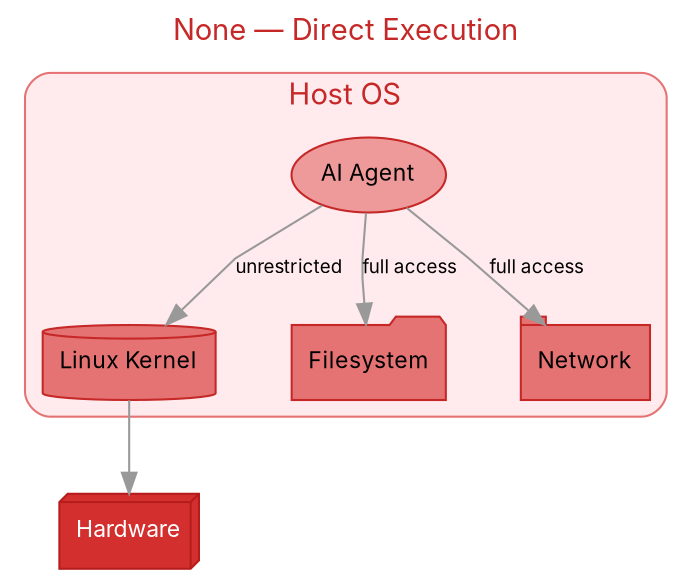
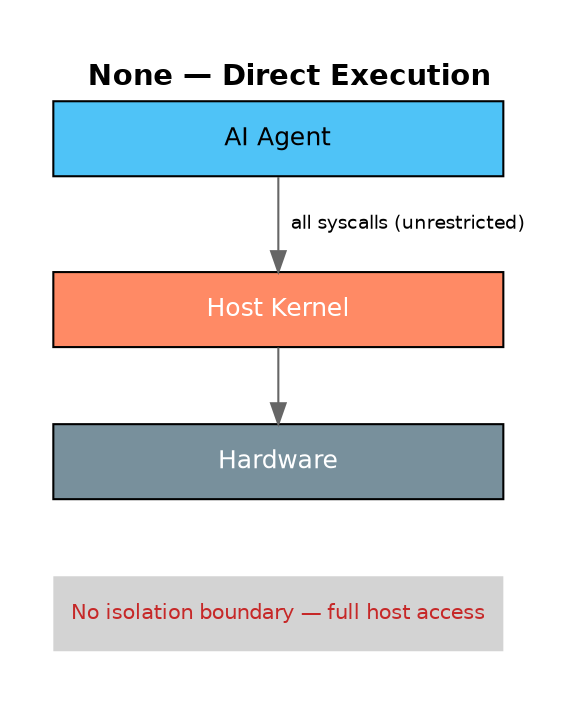
- digraph SandboxNone {
+ digraph None {
  rankdir=TB;
-   splines=polyline;
-   nodesep=0.5;
-   ranksep=0.6;
+   splines=false;
+   nodesep=0.3;
+   ranksep=0.5;
  bgcolor="white";
+   margin=0.3;

-   node [shape=box, style="rounded,filled", fontname="Inter,Helvetica,Arial", fontsize=11];
-   edge [fontname="Inter,Helvetica,Arial", fontsize=9, color="#999999"];
+   node [shape=box, style="filled", fontname="Helvetica", fontsize=12, width=3, height=0.5];
+   edge [fontname="Helvetica", fontsize=9, color="#666666"];

  label="None — Direct Execution";
  labelloc=t;
  fontsize=14;
-   fontname="Inter,Helvetica,Arial";
-   fontcolor="#c62828";
+   fontname="Helvetica-Bold";

-   subgraph cluster_host {
-     label="Host OS";
-     style="rounded,filled";
-     fillcolor="#ffebee";
-     color="#e57373";
+   agent [label="AI Agent", fillcolor="#4FC3F7"];
+   kernel [label="Host Kernel", fillcolor="#FF8A65", fontcolor=white];
+   hw [label="Hardware", fillcolor="#78909C", fontcolor=white];

-     agent [label="AI Agent", fillcolor="#ef9a9a", color="#c62828", shape=ellipse];
-     kernel [label="Linux Kernel", fillcolor="#e57373", color="#c62828", shape=cylinder];
-     fs [label="Filesystem", fillcolor="#e57373", color="#c62828", shape=folder];
-     net [label="Network", fillcolor="#e57373", color="#c62828", shape=tab];
-   }
+   agent -> kernel [label="  all syscalls (unrestricted)"];
+   kernel -> hw;

-   hw [label="Hardware", fillcolor="#d32f2f", fontcolor=white, color="#b71c1c", shape=box3d];
- 
-   agent -> kernel [label="unrestricted"];
-   agent -> fs [label="full access"];
-   agent -> net [label="full access"];
-   kernel -> hw;
+   note [label="No isolation boundary — full host access", shape=plaintext, fontsize=10, fontcolor="#C62828"];
+   hw -> note [style=invis];
}
